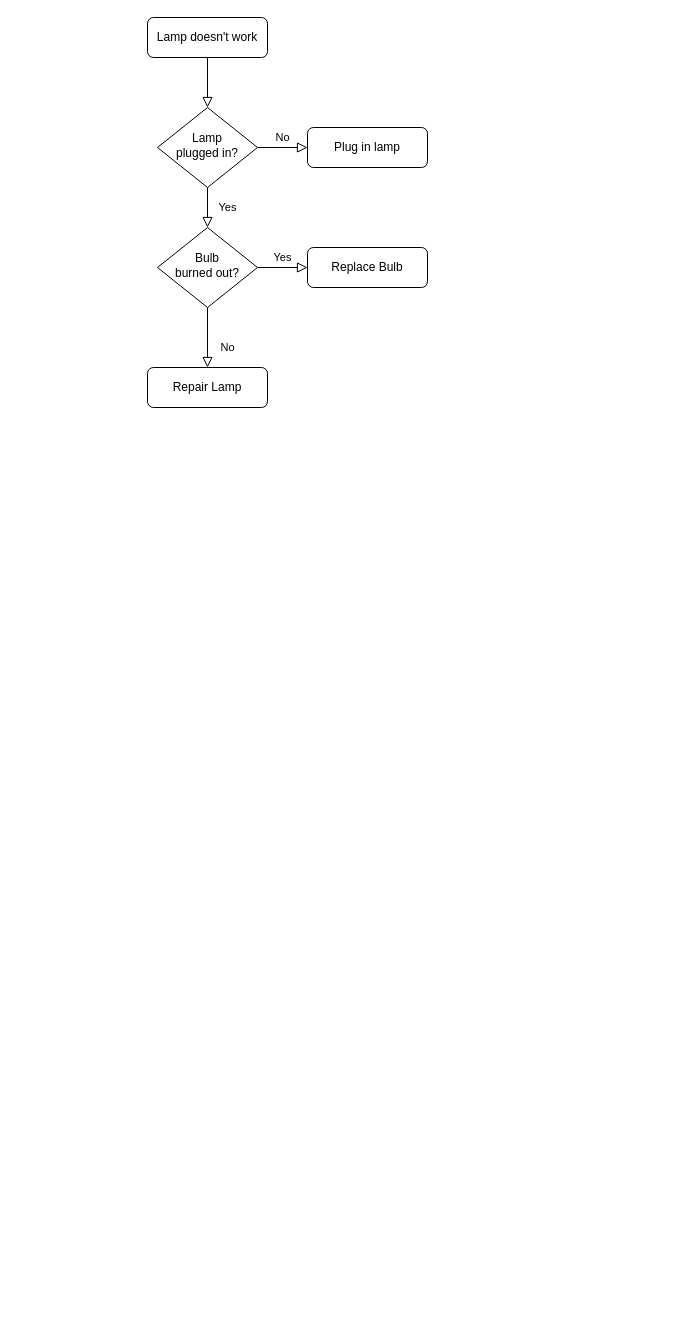
This is Untitled Diagram.drawio from bandly/drawio, a draw.io file, before an edit. Source tidied: cells renumbered, new cells numbered last; positions are measured from the earlier drawing's top-left corner, leaving out a move shared by most shapes. Both pictures are drawn from the tidied source at 100%, with x=0, y=0 at pixel (147, 17).
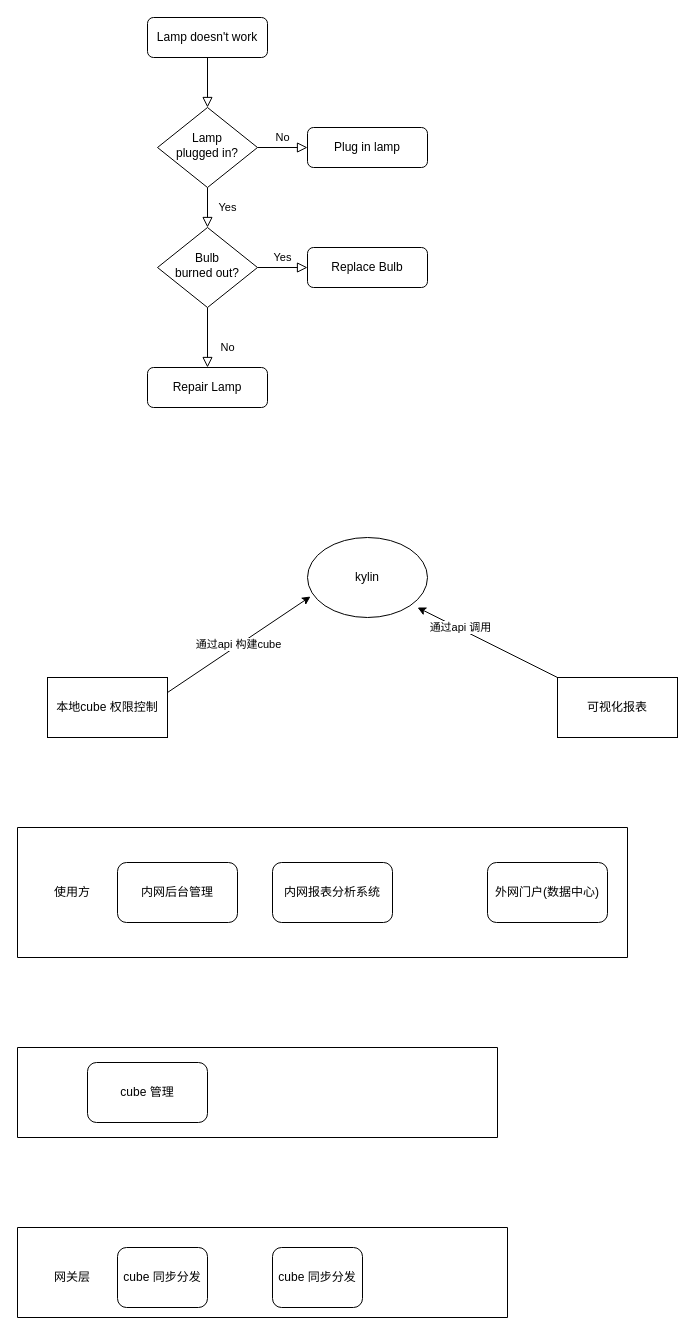
The same diagram, later.

Change to the diagram source:
```diff
@@
+    <mxCell id="13" value="kylin" style="ellipse;whiteSpace=wrap;html=1;" parent="1" vertex="1">
+      <mxGeometry x="160" y="520" width="120" height="80" as="geometry" />
+    </mxCell>
+    <mxCell id="14" value="本地cube 权限控制" style="rounded=0;whiteSpace=wrap;html=1;" parent="1" vertex="1">
+      <mxGeometry x="-100" y="660" width="120" height="60" as="geometry" />
+    </mxCell>
+    <mxCell id="15" value="可视化报表" style="rounded=0;whiteSpace=wrap;html=1;" parent="1" vertex="1">
+      <mxGeometry x="410" y="660" width="120" height="60" as="geometry" />
+    </mxCell>
+    <mxCell id="16" value="通过api 构建cube" style="endArrow=classic;html=1;entryX=0.025;entryY=0.738;entryDx=0;entryDy=0;entryPerimeter=0;exitX=1;exitY=0.25;exitDx=0;exitDy=0;" parent="1" edge="1" source="14" target="13">
+      <mxGeometry relative="1" as="geometry" />
+    </mxCell>
+    <mxCell id="17" style="endArrow=classic;html=1;entryX=0.917;entryY=0.875;entryDx=0;entryDy=0;entryPerimeter=0;" parent="1" edge="1" source="15" target="13">
+      <mxGeometry relative="1" as="geometry" />
+    </mxCell>
+    <mxCell id="18" value="通过api 调用" style="edgeLabel;html=1;align=center;verticalAlign=middle;" parent="17" vertex="1">
+      <mxGeometry x="0.4" y="-2" relative="1" as="geometry" />
+    </mxCell>
+    <mxCell id="19" style="verticalLabelPosition=bottom;verticalAlign=top;html=1;shape=mxgraph.basic.rect;fillColor2=none;strokeWidth=1;size=20;indent=5;" parent="1" vertex="1">
+      <mxGeometry x="-130" y="810" width="610" height="130" as="geometry" />
+    </mxCell>
+    <mxCell id="20" value="使用方" style="text;html=1;strokeColor=none;fillColor=none;align=center;verticalAlign=middle;whiteSpace=wrap;rounded=0;" parent="1" vertex="1">
+      <mxGeometry x="-110" y="857.5" width="70" height="35" as="geometry" />
+    </mxCell>
+    <mxCell id="21" value="内网后台管理" style="rounded=1;whiteSpace=wrap;html=1;" parent="1" vertex="1">
+      <mxGeometry x="-30" y="845" width="120" height="60" as="geometry" />
+    </mxCell>
+    <mxCell id="22" value="内网报表分析系统" style="rounded=1;whiteSpace=wrap;html=1;" parent="1" vertex="1">
+      <mxGeometry x="125" y="845" width="120" height="60" as="geometry" />
+    </mxCell>
+    <mxCell id="23" value="外网门户(数据中心)" style="rounded=1;whiteSpace=wrap;html=1;" parent="1" vertex="1">
+      <mxGeometry x="340" y="845" width="120" height="60" as="geometry" />
+    </mxCell>
+    <mxCell id="24" style="verticalLabelPosition=bottom;verticalAlign=top;html=1;shape=mxgraph.basic.rect;fillColor2=none;strokeWidth=1;size=20;indent=5;" parent="1" vertex="1">
+      <mxGeometry x="-130" y="1030" width="480" height="90" as="geometry" />
+    </mxCell>
+    <mxCell id="25" value="cube 管理" style="rounded=1;whiteSpace=wrap;html=1;" parent="1" vertex="1">
+      <mxGeometry x="-60" y="1045" width="120" height="60" as="geometry" />
+    </mxCell>
+    <mxCell id="26" style="verticalLabelPosition=bottom;verticalAlign=top;html=1;shape=mxgraph.basic.rect;fillColor2=none;strokeWidth=1;size=20;indent=5;" parent="1" vertex="1">
+      <mxGeometry x="-130" y="1210" width="490" height="90" as="geometry" />
+    </mxCell>
+    <mxCell id="27" value="网关层" style="text;html=1;strokeColor=none;fillColor=none;align=center;verticalAlign=middle;whiteSpace=wrap;rounded=0;" parent="1" vertex="1">
+      <mxGeometry x="-95" y="1250" width="40" height="20" as="geometry" />
+    </mxCell>
+    <mxCell id="28" value="cube 同步分发" style="rounded=1;whiteSpace=wrap;html=1;" parent="1" vertex="1">
+      <mxGeometry x="-30" y="1230" width="90" height="60" as="geometry" />
+    </mxCell>
+    <mxCell id="29" value="cube 同步分发" style="rounded=1;whiteSpace=wrap;html=1;" parent="1" vertex="1">
+      <mxGeometry x="125" y="1230" width="90" height="60" as="geometry" />
+    </mxCell>
```
